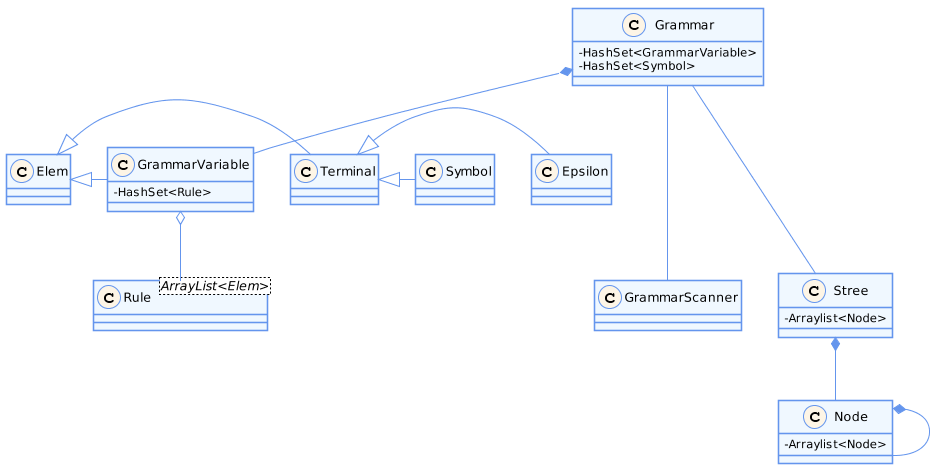
Before: doc/Report/img/class_grammar.png, a diagram exported from PlantUML (denishoornaert/INFO-F403-IMP). The source it was exported from:
```plantuml
@startuml
skinparam classAttributeIconSize 0

skinparam shadowing false

skinparam dpi 100

skinparam class {
  BackgroundColor AliceBlue
  ArrowColor CornflowerBlue
  BorderColor CornflowerBlue
}
skinparam stereotypeCBackgroundColor OldLace

class Grammar {
- HashSet<GrammarVariable>
- HashSet<Symbol>
}

class GrammarScanner {

}

class GrammarVariable {
- HashSet<Rule>
}

class Rule <ArrayList<Elem>> {

}

class Stree {
- Arraylist<Node>
}

class Node {
- Arraylist<Node>
}

Grammar --- GrammarScanner
Grammar *-- GrammarVariable
Grammar --- Stree
Stree *-- Node
Node *-- Node
GrammarVariable o-- Rule
Elem <|-down Terminal
Elem <|-down GrammarVariable
Terminal <|-down Epsilon
Terminal <|-down Symbol
@enduml
```
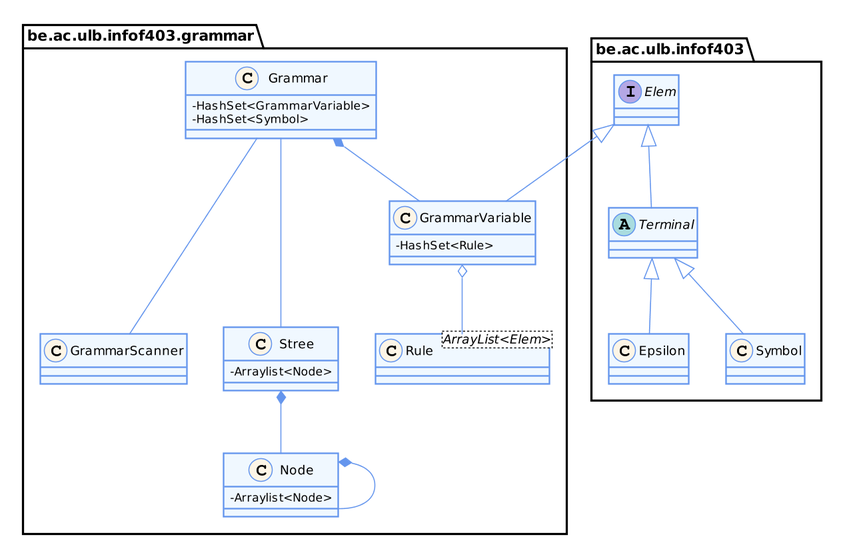
Above is the later version.

What changed in the source:
```diff
@@ -3,7 +3,7 @@
 
 skinparam shadowing false
 
-skinparam dpi 100
+skinparam dpi 150
 
 skinparam class {
   BackgroundColor AliceBlue
@@ -12,29 +12,39 @@
 }
 skinparam stereotypeCBackgroundColor OldLace
 
-class Grammar {
-- HashSet<GrammarVariable>
-- HashSet<Symbol>
-}
+package "be.ac.ulb.infof403.grammar" {
+    class Grammar {
+    - HashSet<GrammarVariable>
+    - HashSet<Symbol>
+    }
 
-class GrammarScanner {
+    class GrammarScanner {
+
+    }
+
+    class Node {
+    - Arraylist<Node>
+    }
+
+    class Rule <ArrayList<Elem>> {
+
+    }
+
+    class GrammarVariable {
+    - HashSet<Rule>
+    }
+
+    class Stree {
+    - Arraylist<Node>
+    }
 
 }
 
-class GrammarVariable {
-- HashSet<Rule>
-}
-
-class Rule <ArrayList<Elem>> {
-
-}
-
-class Stree {
-- Arraylist<Node>
-}
-
-class Node {
-- Arraylist<Node>
+package "be.ac.ulb.infof403" {
+    class Epsilon
+    class Symbol
+    interface Elem
+    abstract Terminal
 }
 
 Grammar --- GrammarScanner
@@ -43,8 +53,8 @@
 Stree *-- Node
 Node *-- Node
 GrammarVariable o-- Rule
-Elem <|-down Terminal
-Elem <|-down GrammarVariable
-Terminal <|-down Epsilon
-Terminal <|-down Symbol
+Elem <|-down- Terminal
+Elem <|-down- GrammarVariable
+Terminal <|-down- Epsilon
+Terminal <|-down- Symbol
 @enduml
```
